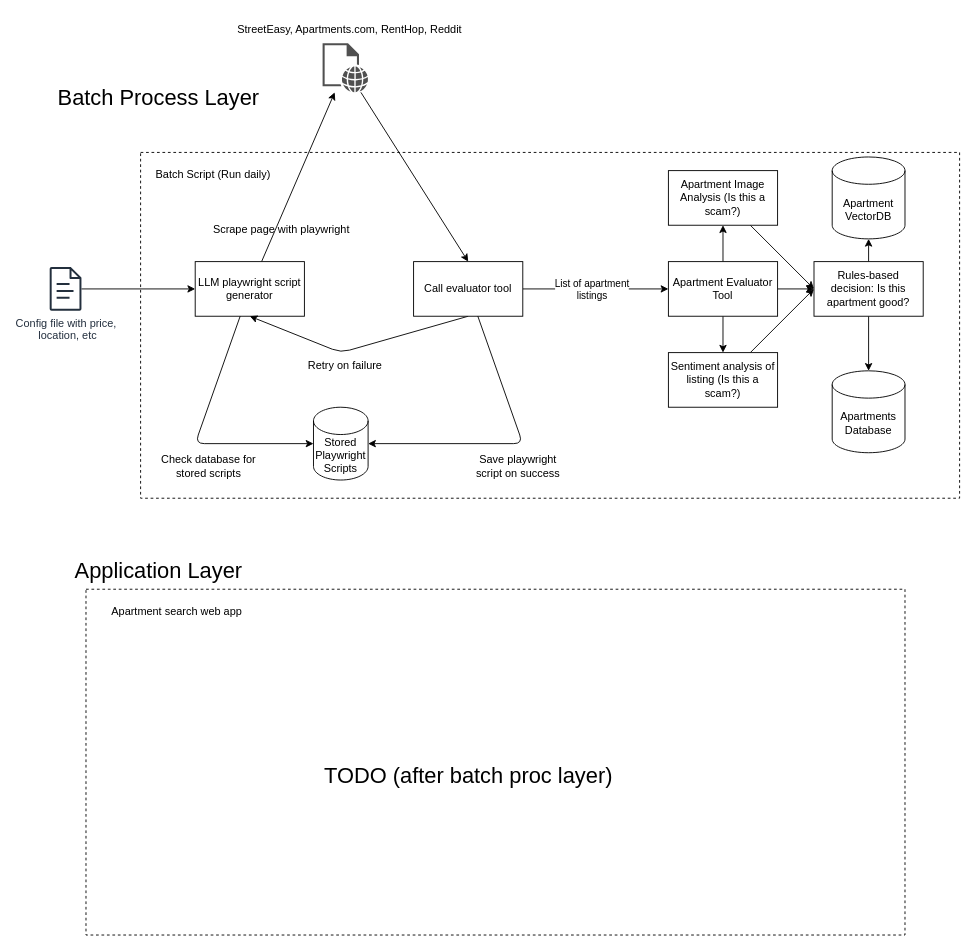
GageWAnderson/broker-agent keeps this draw.io diagram as docs/architecture.drawio. Above is the earlier version. Source tidied: cells renumbered, new cells numbered last; positions are measured from the earlier drawing's top-left corner, leaving out a move shared by most shapes. Both pictures are drawn from the tidied source at 91%, with x=0, y=0 at pixel (49, 15).
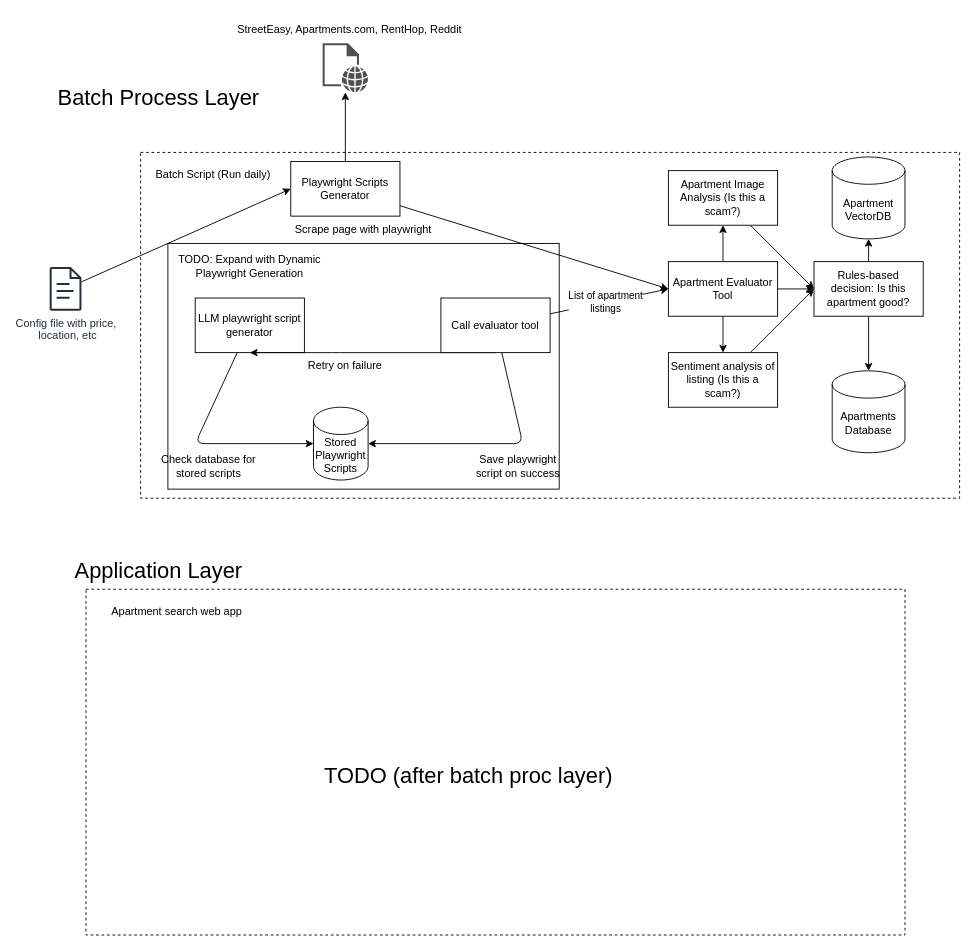
The same page after the edit.

The change refers to these unchanged cells:
```xml
<mxCell id="18" style="sketch=0;shadow=0;dashed=0;html=1;strokeColor=none;fillColor=#505050;labelPosition=center;verticalLabelPosition=bottom;verticalAlign=top;outlineConnect=0;align=center;shape=mxgraph.office.concepts.web_page;" parent="1" vertex="1">
  <mxGeometry x="300" y="30" width="50" height="54" as="geometry" />
</mxCell>
<mxCell id="23" value="Apartment Evaluator Tool" style="whiteSpace=wrap;html=1;" parent="1" vertex="1">
  <mxGeometry x="680" y="270" width="120" height="60" as="geometry" />
</mxCell>
<mxCell id="33" value="Config file with price,&lt;div&gt;&amp;nbsp;location, etc&lt;/div&gt;" style="sketch=0;outlineConnect=0;fontColor=#232F3E;gradientColor=none;fillColor=#232F3D;strokeColor=none;dashed=0;verticalLabelPosition=bottom;verticalAlign=top;align=center;html=1;fontSize=12;fontStyle=0;shape=mxgraph.aws4.document;" parent="1" vertex="1">
  <mxGeometry y="276" width="35.1" height="48" as="geometry" />
</mxCell>
```

What changed in the source:
```diff
@@
+    <mxCell id="40" style="rounded=0;whiteSpace=wrap;html=1;shadow=0;" parent="1" vertex="1">
+      <mxGeometry x="130" y="250" width="430" height="270" as="geometry" />
+    </mxCell>
@@
-    <mxCell id="3" style="edgeStyle=none;html=1;" parent="1" edge="1" source="4" target="18">
-      <mxGeometry relative="1" as="geometry" />
-    </mxCell>
     <mxCell id="4" value="LLM playwright script generator" style="whiteSpace=wrap;html=1;" parent="1" vertex="1">
-      <mxGeometry x="160" y="270" width="120" height="60" as="geometry" />
+      <mxGeometry x="160" y="310" width="120" height="60" as="geometry" />
     </mxCell>
@@
     <mxCell id="8" value="Call evaluator tool" style="whiteSpace=wrap;html=1;" parent="1" vertex="1">
-      <mxGeometry x="400" y="270" width="120" height="60" as="geometry" />
+      <mxGeometry x="430" y="310" width="120" height="60" as="geometry" />
     </mxCell>
     <mxCell id="9" value="Scrape page with playwright" style="text;html=1;align=center;verticalAlign=middle;whiteSpace=wrap;rounded=0;" parent="1" vertex="1">
-      <mxGeometry x="170" y="220" width="170" height="30" as="geometry" />
+      <mxGeometry x="260" y="220" width="170" height="30" as="geometry" />
     </mxCell>
@@
-    <mxCell id="17" style="edgeStyle=none;html=1;entryX=0.5;entryY=0;entryDx=0;entryDy=0;" parent="1" edge="1" source="18" target="8">
-      <mxGeometry relative="1" as="geometry" />
-    </mxCell>
@@
-    <mxCell id="32" style="edgeStyle=none;html=1;" parent="1" edge="1" source="33" target="4">
-      <mxGeometry relative="1" as="geometry" />
-    </mxCell>
+    <mxCell id="41" style="edgeStyle=none;html=1;entryX=0;entryY=0.5;entryDx=0;entryDy=0;" parent="1" edge="1" source="33" target="45">
+      <mxGeometry relative="1" as="geometry" />
+    </mxCell>
@@
+    <mxCell id="42" value="TODO: Expand with Dynamic Playwright Generation" style="text;html=1;align=center;verticalAlign=middle;whiteSpace=wrap;rounded=0;" parent="1" vertex="1">
+      <mxGeometry x="140" y="260" width="160" height="30" as="geometry" />
+    </mxCell>
+    <mxCell id="43" style="edgeStyle=none;html=1;" parent="1" edge="1" source="45" target="18">
+      <mxGeometry relative="1" as="geometry" />
+    </mxCell>
+    <mxCell id="44" style="edgeStyle=none;html=1;entryX=0;entryY=0.5;entryDx=0;entryDy=0;" parent="1" edge="1" source="45" target="23">
+      <mxGeometry relative="1" as="geometry" />
+    </mxCell>
+    <mxCell id="45" value="Playwright Scripts Generator" style="whiteSpace=wrap;html=1;" parent="1" vertex="1">
+      <mxGeometry x="265" y="160" width="120" height="60" as="geometry" />
+    </mxCell>
```
